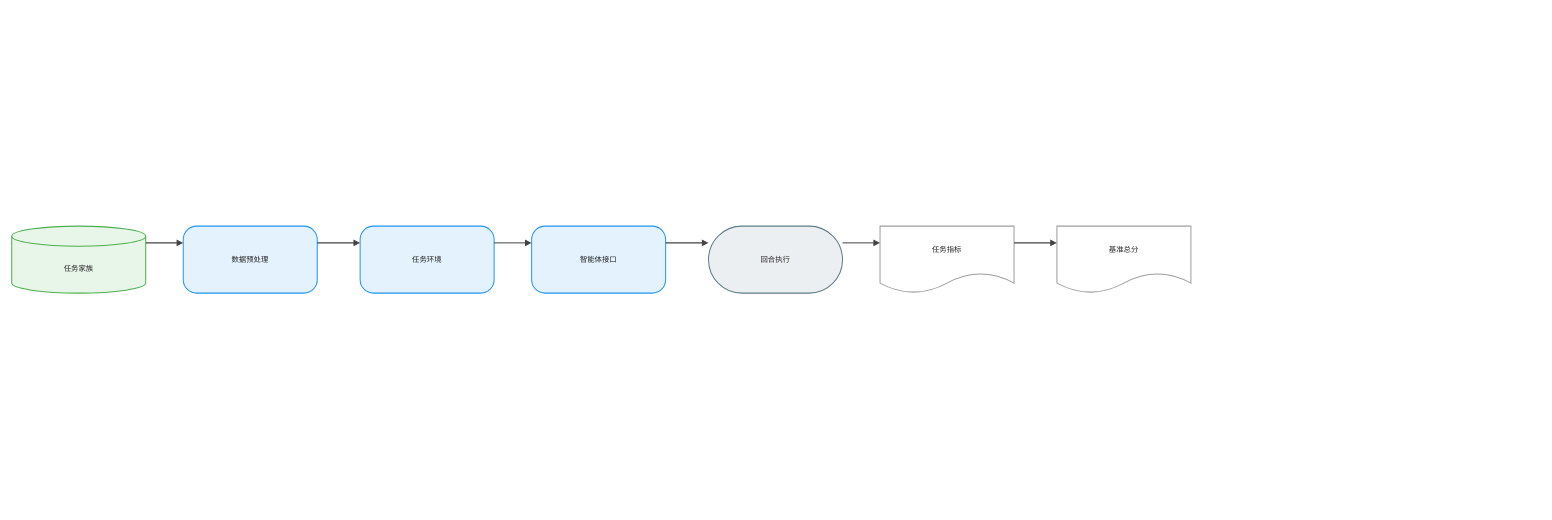
Above: drawio/DefenderBench/DefenderBench.zh.drawio in joe1chief/benchmark-hub (draw.io), before the change. Source tidied: cells renumbered, new cells numbered last; positions are measured from the earlier drawing's top-left corner, leaving out a move shared by most shapes. Both pictures are drawn from the tidied source at 67%, with x=0, y=0 at pixel (11, 226).
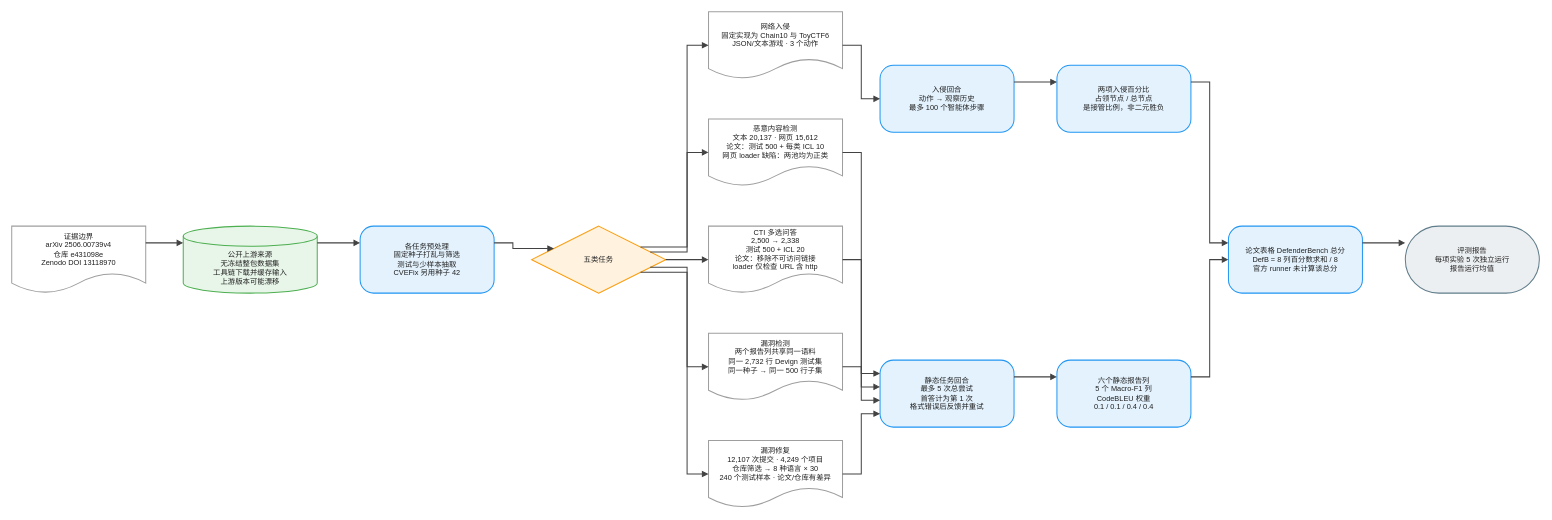
The same page after the edit.

Change to the diagram source:
```diff
@@
-    <mxCell id="2" value="任务家族" style="shape=cylinder3;boundedLbl=1;backgroundOutline=1;size=15;html=1;whiteSpace=wrap;fillColor=#E8F5E9;strokeColor=#4CAF50;strokeWidth=1.5;fontColor=#212121;fontSize=11;fontFamily=Arial, Helvetica, sans-serif;verticalAlign=middle;align=center;" parent="1" vertex="1">
+    <mxCell id="2" value="证据边界&#10;arXiv 2506.00739v4&#10;仓库 e431098e&#10;Zenodo DOI 13118970" style="shape=document;boundedLbl=1;html=0;convertToSvg=1;whiteSpace=wrap;fillColor=#FFFFFF;strokeColor=#9E9E9E;strokeWidth=1.5;fontColor=#212121;fontSize=11;fontFamily=Arial, Helvetica, sans-serif;verticalAlign=middle;align=center;" parent="1" vertex="1">
       <mxGeometry width="200" height="100" as="geometry" />
     </mxCell>
-    <mxCell id="3" value="数据预处理" style="rounded=1;arcSize=20;html=1;whiteSpace=wrap;fillColor=#E3F2FD;strokeColor=#2196F3;strokeWidth=1.5;fontColor=#212121;fontSize=11;fontFamily=Arial, Helvetica, sans-serif;verticalAlign=middle;align=center;" parent="1" vertex="1">
+    <mxCell id="3" value="公开上游来源&#10;无冻结整包数据集&#10;工具链下载并缓存输入&#10;上游版本可能漂移" style="shape=cylinder3;boundedLbl=1;backgroundOutline=1;size=15;html=0;convertToSvg=1;whiteSpace=wrap;fillColor=#E8F5E9;strokeColor=#4CAF50;strokeWidth=1.5;fontColor=#212121;fontSize=11;fontFamily=Arial, Helvetica, sans-serif;verticalAlign=middle;align=center;" parent="1" vertex="1">
       <mxGeometry x="256" width="200" height="100" as="geometry" />
     </mxCell>
-    <mxCell id="4" value="任务环境" style="rounded=1;arcSize=20;html=1;whiteSpace=wrap;fillColor=#E3F2FD;strokeColor=#2196F3;strokeWidth=1.5;fontColor=#212121;fontSize=11;fontFamily=Arial, Helvetica, sans-serif;verticalAlign=middle;align=center;" parent="1" vertex="1">
+    <mxCell id="4" value="各任务预处理&#10;固定种子打乱与筛选&#10;测试与少样本抽取&#10;CVEFix 另用种子 42" style="rounded=1;arcSize=20;html=0;convertToSvg=1;whiteSpace=wrap;fillColor=#E3F2FD;strokeColor=#2196F3;strokeWidth=1.5;fontColor=#212121;fontSize=11;fontFamily=Arial, Helvetica, sans-serif;verticalAlign=middle;align=center;" parent="1" vertex="1">
       <mxGeometry x="520" width="200" height="100" as="geometry" />
     </mxCell>
-    <mxCell id="5" value="智能体接口" style="rounded=1;arcSize=20;html=1;whiteSpace=wrap;fillColor=#E3F2FD;strokeColor=#2196F3;strokeWidth=1.5;fontColor=#212121;fontSize=11;fontFamily=Arial, Helvetica, sans-serif;verticalAlign=middle;align=center;" parent="1" vertex="1">
+    <mxCell id="5" value="五类任务" style="rhombus;html=0;convertToSvg=1;whiteSpace=wrap;fillColor=#FFF3E0;strokeColor=#FF9800;strokeWidth=1.5;fontColor=#212121;fontSize=11;fontFamily=Arial, Helvetica, sans-serif;verticalAlign=middle;align=center;" parent="1" vertex="1">
       <mxGeometry x="776" width="200" height="100" as="geometry" />
     </mxCell>
-    <mxCell id="6" value="回合执行" style="rounded=1;arcSize=50;html=1;whiteSpace=wrap;fillColor=#ECEFF1;strokeColor=#607D8B;strokeWidth=1.5;fontColor=#212121;fontSize=11;fontFamily=Arial, Helvetica, sans-serif;verticalAlign=middle;align=center;" parent="1" vertex="1">
-      <mxGeometry x="1040" width="200" height="100" as="geometry" />
+    <mxCell id="6" value="网络入侵&#10;固定实现为 Chain10 与 ToyCTF6&#10;JSON/文本游戏 · 3 个动作" style="shape=document;boundedLbl=1;html=0;convertToSvg=1;whiteSpace=wrap;fillColor=#FFFFFF;strokeColor=#9E9E9E;strokeWidth=1.5;fontColor=#212121;fontSize=11;fontFamily=Arial, Helvetica, sans-serif;verticalAlign=middle;align=center;" parent="1" vertex="1">
+      <mxGeometry x="1040" y="-320" width="200" height="100" as="geometry" />
     </mxCell>
-    <mxCell id="7" value="任务指标" style="shape=document;boundedLbl=1;html=1;whiteSpace=wrap;fillColor=#FFFFFF;strokeColor=#9E9E9E;strokeWidth=1.5;fontColor=#212121;fontSize=11;fontFamily=Arial, Helvetica, sans-serif;verticalAlign=middle;align=center;" parent="1" vertex="1">
-      <mxGeometry x="1296" width="200" height="100" as="geometry" />
+    <mxCell id="7" value="恶意内容检测&#10;文本 20,137 · 网页 15,612&#10;论文：测试 500 + 每类 ICL 10&#10;网页 loader 缺陷：两池均为正类" style="shape=document;boundedLbl=1;html=0;convertToSvg=1;whiteSpace=wrap;fillColor=#FFFFFF;strokeColor=#9E9E9E;strokeWidth=1.5;fontColor=#212121;fontSize=11;fontFamily=Arial, Helvetica, sans-serif;verticalAlign=middle;align=center;" parent="1" vertex="1">
+      <mxGeometry x="1040" y="-160" width="200" height="100" as="geometry" />
     </mxCell>
-    <mxCell id="8" value="基准总分" style="shape=document;boundedLbl=1;html=1;whiteSpace=wrap;fillColor=#FFFFFF;strokeColor=#9E9E9E;strokeWidth=1.5;fontColor=#212121;fontSize=11;fontFamily=Arial, Helvetica, sans-serif;verticalAlign=middle;align=center;" parent="1" vertex="1">
-      <mxGeometry x="1560" width="200" height="100" as="geometry" />
+    <mxCell id="8" value="CTI 多选问答&#10;2,500 → 2,338&#10;测试 500 + ICL 20&#10;论文：移除不可访问链接&#10;loader 仅检查 URL 含 http" style="shape=document;boundedLbl=1;html=0;convertToSvg=1;whiteSpace=wrap;fillColor=#FFFFFF;strokeColor=#9E9E9E;strokeWidth=1.5;fontColor=#212121;fontSize=11;fontFamily=Arial, Helvetica, sans-serif;verticalAlign=middle;align=center;" parent="1" vertex="1">
+      <mxGeometry x="1040" width="200" height="100" as="geometry" />
     </mxCell>
-    <mxCell id="9" style="edgeStyle=orthogonalEdgeStyle;rounded=0;jettySize=auto;html=1;strokeColor=#424242;strokeWidth=1.5;endArrow=block;endFill=1;exitX=1;exitY=0.25;exitDx=0;exitDy=0;entryX=0;entryY=0.25;entryDx=0;entryDy=0;jumpStyle=arc;jumpSize=8;" parent="1" edge="1" source="2" target="3">
-      <mxGeometry relative="1" as="geometry" />
+    <mxCell id="9" value="漏洞检测&#10;两个报告列共享同一语料&#10;同一 2,732 行 Devign 测试集&#10;同一种子 → 同一 500 行子集" style="shape=document;boundedLbl=1;html=0;convertToSvg=1;whiteSpace=wrap;fillColor=#FFFFFF;strokeColor=#9E9E9E;strokeWidth=1.5;fontColor=#212121;fontSize=11;fontFamily=Arial, Helvetica, sans-serif;verticalAlign=middle;align=center;" parent="1" vertex="1">
+      <mxGeometry x="1040" y="160" width="200" height="100" as="geometry" />
     </mxCell>
-    <mxCell id="10" style="edgeStyle=orthogonalEdgeStyle;rounded=0;jettySize=auto;html=1;strokeColor=#424242;strokeWidth=1.5;endArrow=block;endFill=1;exitX=1;exitY=0.25;exitDx=0;exitDy=0;entryX=0;entryY=0.25;entryDx=0;entryDy=0;jumpStyle=arc;jumpSize=8;" parent="1" edge="1" source="3" target="4">
-      <mxGeometry relative="1" as="geometry" />
+    <mxCell id="10" value="漏洞修复&#10;12,107 次提交 · 4,249 个项目&#10;仓库筛选 → 8 种语言 × 30&#10;240 个测试样本 · 论文/仓库有差异" style="shape=document;boundedLbl=1;html=0;convertToSvg=1;whiteSpace=wrap;fillColor=#FFFFFF;strokeColor=#9E9E9E;strokeWidth=1.5;fontColor=#212121;fontSize=11;fontFamily=Arial, Helvetica, sans-serif;verticalAlign=middle;align=center;" parent="1" vertex="1">
+      <mxGeometry x="1040" y="320" width="200" height="100" as="geometry" />
     </mxCell>
-    <mxCell id="11" style="edgeStyle=orthogonalEdgeStyle;rounded=0;jettySize=auto;html=1;strokeColor=#424242;strokeWidth=1.5;endArrow=block;endFill=1;exitX=1;exitY=0.25;exitDx=0;exitDy=0;entryX=0;entryY=0.25;entryDx=0;entryDy=0;jumpStyle=arc;jumpSize=8;" parent="1" edge="1" source="4" target="5">
-      <mxGeometry relative="1" as="geometry" />
+    <mxCell id="11" value="入侵回合&#10;动作 → 观察历史&#10;最多 100 个智能体步骤" style="rounded=1;arcSize=20;html=0;convertToSvg=1;whiteSpace=wrap;fillColor=#E3F2FD;strokeColor=#2196F3;strokeWidth=1.5;fontColor=#212121;fontSize=11;fontFamily=Arial, Helvetica, sans-serif;verticalAlign=middle;align=center;" parent="1" vertex="1">
+      <mxGeometry x="1296" y="-240" width="200" height="100" as="geometry" />
     </mxCell>
-    <mxCell id="12" style="edgeStyle=orthogonalEdgeStyle;rounded=0;jettySize=auto;html=1;strokeColor=#424242;strokeWidth=1.5;endArrow=block;endFill=1;exitX=1;exitY=0.25;exitDx=0;exitDy=0;entryX=0;entryY=0.25;entryDx=0;entryDy=0;jumpStyle=arc;jumpSize=8;" parent="1" edge="1" source="5" target="6">
-      <mxGeometry relative="1" as="geometry" />
+    <mxCell id="12" value="静态任务回合&#10;最多 5 次总尝试&#10;首答计为第 1 次&#10;格式错误后反馈并重试" style="rounded=1;arcSize=20;html=0;convertToSvg=1;whiteSpace=wrap;fillColor=#E3F2FD;strokeColor=#2196F3;strokeWidth=1.5;fontColor=#212121;fontSize=11;fontFamily=Arial, Helvetica, sans-serif;verticalAlign=middle;align=center;" parent="1" vertex="1">
+      <mxGeometry x="1296" y="200" width="200" height="100" as="geometry" />
     </mxCell>
-    <mxCell id="13" style="edgeStyle=orthogonalEdgeStyle;rounded=0;jettySize=auto;html=1;strokeColor=#424242;strokeWidth=1.5;endArrow=block;endFill=1;exitX=1;exitY=0.25;exitDx=0;exitDy=0;entryX=0;entryY=0.25;entryDx=0;entryDy=0;jumpStyle=arc;jumpSize=8;" parent="1" edge="1" source="6" target="7">
-      <mxGeometry relative="1" as="geometry" />
+    <mxCell id="13" value="两项入侵百分比&#10;占领节点 / 总节点&#10;是接管比例，非二元胜负" style="rounded=1;arcSize=20;html=0;convertToSvg=1;whiteSpace=wrap;fillColor=#E3F2FD;strokeColor=#2196F3;strokeWidth=1.5;fontColor=#212121;fontSize=11;fontFamily=Arial, Helvetica, sans-serif;verticalAlign=middle;align=center;" parent="1" vertex="1">
+      <mxGeometry x="1560" y="-240" width="200" height="100" as="geometry" />
     </mxCell>
-    <mxCell id="14" style="edgeStyle=orthogonalEdgeStyle;rounded=0;jettySize=auto;html=1;strokeColor=#424242;strokeWidth=1.5;endArrow=block;endFill=1;exitX=1;exitY=0.25;exitDx=0;exitDy=0;entryX=0;entryY=0.25;entryDx=0;entryDy=0;jumpStyle=arc;jumpSize=8;" parent="1" edge="1" source="7" target="8">
-      <mxGeometry relative="1" as="geometry" />
+    <mxCell id="14" value="六个静态报告列&#10;5 个 Macro-F1 列&#10;CodeBLEU 权重&#10;0.1 / 0.1 / 0.4 / 0.4" style="rounded=1;arcSize=20;html=0;convertToSvg=1;whiteSpace=wrap;fillColor=#E3F2FD;strokeColor=#2196F3;strokeWidth=1.5;fontColor=#212121;fontSize=11;fontFamily=Arial, Helvetica, sans-serif;verticalAlign=middle;align=center;" parent="1" vertex="1">
+      <mxGeometry x="1560" y="200" width="200" height="100" as="geometry" />
     </mxCell>
+    <mxCell id="15" value="论文表格 DefenderBench 总分&#10;DefB = 8 列百分数求和 / 8&#10;官方 runner 未计算该总分" style="rounded=1;arcSize=20;html=0;convertToSvg=1;whiteSpace=wrap;fillColor=#E3F2FD;strokeColor=#2196F3;strokeWidth=1.5;fontColor=#212121;fontSize=11;fontFamily=Arial, Helvetica, sans-serif;verticalAlign=middle;align=center;" parent="1" vertex="1">
+      <mxGeometry x="1816" width="200" height="100" as="geometry" />
+    </mxCell>
+    <mxCell id="16" value="评测报告&#10;每项实验 5 次独立运行&#10;报告运行均值" style="rounded=1;arcSize=50;html=0;convertToSvg=1;whiteSpace=wrap;fillColor=#ECEFF1;strokeColor=#607D8B;strokeWidth=1.5;fontColor=#212121;fontSize=11;fontFamily=Arial, Helvetica, sans-serif;verticalAlign=middle;align=center;" parent="1" vertex="1">
+      <mxGeometry x="2080" width="200" height="100" as="geometry" />
+    </mxCell>
+    <mxCell id="17" style="edgeStyle=orthogonalEdgeStyle;rounded=0;jettySize=auto;html=0;convertToSvg=1;strokeColor=#424242;strokeWidth=1.5;endArrow=block;endFill=1;exitX=1;exitY=0.25;exitDx=0;exitDy=0;entryX=0;entryY=0.25;entryDx=0;entryDy=0;jumpStyle=arc;jumpSize=8;" parent="1" edge="1" source="2" target="3">
+      <mxGeometry relative="1" as="geometry" />
+    </mxCell>
+    <mxCell id="18" style="edgeStyle=orthogonalEdgeStyle;rounded=0;jettySize=auto;html=0;convertToSvg=1;strokeColor=#424242;strokeWidth=1.5;endArrow=block;endFill=1;exitX=1;exitY=0.25;exitDx=0;exitDy=0;entryX=0;entryY=0.25;entryDx=0;entryDy=0;jumpStyle=arc;jumpSize=8;" parent="1" edge="1" source="3" target="4">
+      <mxGeometry relative="1" as="geometry" />
+    </mxCell>
+    <mxCell id="19" style="edgeStyle=orthogonalEdgeStyle;rounded=0;jettySize=auto;html=0;convertToSvg=1;strokeColor=#424242;strokeWidth=1.5;endArrow=block;endFill=1;exitX=1;exitY=0.25;exitDx=0;exitDy=0;entryX=0;entryY=0.25;entryDx=0;entryDy=0;jumpStyle=arc;jumpSize=8;" parent="1" edge="1" source="4" target="5">
+      <mxGeometry relative="1" as="geometry" />
+    </mxCell>
+    <mxCell id="20" style="edgeStyle=orthogonalEdgeStyle;rounded=0;jettySize=auto;html=0;convertToSvg=1;strokeColor=#424242;strokeWidth=1.5;endArrow=block;endFill=1;exitX=1;exitY=0.2;exitDx=0;exitDy=0;entryX=0;entryY=0.5;entryDx=0;entryDy=0;jumpStyle=arc;jumpSize=8;" parent="1" edge="1" source="5" target="6">
+      <mxGeometry relative="1" as="geometry" />
+    </mxCell>
+    <mxCell id="21" style="edgeStyle=orthogonalEdgeStyle;rounded=0;jettySize=auto;html=0;convertToSvg=1;strokeColor=#424242;strokeWidth=1.5;endArrow=block;endFill=1;exitX=1;exitY=0.35;exitDx=0;exitDy=0;entryX=0;entryY=0.5;entryDx=0;entryDy=0;jumpStyle=arc;jumpSize=8;" parent="1" edge="1" source="5" target="7">
+      <mxGeometry relative="1" as="geometry" />
+    </mxCell>
+    <mxCell id="22" style="edgeStyle=orthogonalEdgeStyle;rounded=0;jettySize=auto;html=0;convertToSvg=1;strokeColor=#424242;strokeWidth=1.5;endArrow=block;endFill=1;exitX=1;exitY=0.5;exitDx=0;exitDy=0;entryX=0;entryY=0.5;entryDx=0;entryDy=0;jumpStyle=arc;jumpSize=8;" parent="1" edge="1" source="5" target="8">
+      <mxGeometry relative="1" as="geometry" />
+    </mxCell>
+    <mxCell id="23" style="edgeStyle=orthogonalEdgeStyle;rounded=0;jettySize=auto;html=0;convertToSvg=1;strokeColor=#424242;strokeWidth=1.5;endArrow=block;endFill=1;exitX=1;exitY=0.65;exitDx=0;exitDy=0;entryX=0;entryY=0.5;entryDx=0;entryDy=0;jumpStyle=arc;jumpSize=8;" parent="1" edge="1" source="5" target="9">
+      <mxGeometry relative="1" as="geometry" />
+    </mxCell>
+    <mxCell id="24" style="edgeStyle=orthogonalEdgeStyle;rounded=0;jettySize=auto;html=0;convertToSvg=1;strokeColor=#424242;strokeWidth=1.5;endArrow=block;endFill=1;exitX=1;exitY=0.8;exitDx=0;exitDy=0;entryX=0;entryY=0.5;entryDx=0;entryDy=0;jumpStyle=arc;jumpSize=8;" parent="1" edge="1" source="5" target="10">
+      <mxGeometry relative="1" as="geometry" />
+    </mxCell>
+    <mxCell id="25" style="edgeStyle=orthogonalEdgeStyle;rounded=0;jettySize=auto;html=0;convertToSvg=1;strokeColor=#424242;strokeWidth=1.5;endArrow=block;endFill=1;exitX=1;exitY=0.5;exitDx=0;exitDy=0;entryX=0;entryY=0.5;entryDx=0;entryDy=0;jumpStyle=arc;jumpSize=8;" parent="1" edge="1" source="6" target="11">
+      <mxGeometry relative="1" as="geometry" />
+    </mxCell>
+    <mxCell id="26" style="edgeStyle=orthogonalEdgeStyle;rounded=0;jettySize=auto;html=0;convertToSvg=1;strokeColor=#424242;strokeWidth=1.5;endArrow=block;endFill=1;exitX=1;exitY=0.5;exitDx=0;exitDy=0;entryX=0;entryY=0.2;entryDx=0;entryDy=0;jumpStyle=arc;jumpSize=8;" parent="1" edge="1" source="7" target="12">
+      <mxGeometry relative="1" as="geometry" />
+    </mxCell>
+    <mxCell id="27" style="edgeStyle=orthogonalEdgeStyle;rounded=0;jettySize=auto;html=0;convertToSvg=1;strokeColor=#424242;strokeWidth=1.5;endArrow=block;endFill=1;exitX=1;exitY=0.5;exitDx=0;exitDy=0;entryX=0;entryY=0.4;entryDx=0;entryDy=0;jumpStyle=arc;jumpSize=8;" parent="1" edge="1" source="8" target="12">
+      <mxGeometry relative="1" as="geometry" />
+    </mxCell>
+    <mxCell id="28" style="edgeStyle=orthogonalEdgeStyle;rounded=0;jettySize=auto;html=0;convertToSvg=1;strokeColor=#424242;strokeWidth=1.5;endArrow=block;endFill=1;exitX=1;exitY=0.5;exitDx=0;exitDy=0;entryX=0;entryY=0.6;entryDx=0;entryDy=0;jumpStyle=arc;jumpSize=8;" parent="1" edge="1" source="9" target="12">
+      <mxGeometry relative="1" as="geometry" />
+    </mxCell>
+    <mxCell id="29" style="edgeStyle=orthogonalEdgeStyle;rounded=0;jettySize=auto;html=0;convertToSvg=1;strokeColor=#424242;strokeWidth=1.5;endArrow=block;endFill=1;exitX=1;exitY=0.5;exitDx=0;exitDy=0;entryX=0;entryY=0.8;entryDx=0;entryDy=0;jumpStyle=arc;jumpSize=8;" parent="1" edge="1" source="10" target="12">
+      <mxGeometry relative="1" as="geometry" />
+    </mxCell>
+    <mxCell id="30" style="edgeStyle=orthogonalEdgeStyle;rounded=0;jettySize=auto;html=0;convertToSvg=1;strokeColor=#424242;strokeWidth=1.5;endArrow=block;endFill=1;exitX=1;exitY=0.25;exitDx=0;exitDy=0;entryX=0;entryY=0.25;entryDx=0;entryDy=0;jumpStyle=arc;jumpSize=8;" parent="1" edge="1" source="11" target="13">
+      <mxGeometry relative="1" as="geometry" />
+    </mxCell>
+    <mxCell id="31" style="edgeStyle=orthogonalEdgeStyle;rounded=0;jettySize=auto;html=0;convertToSvg=1;strokeColor=#424242;strokeWidth=1.5;endArrow=block;endFill=1;exitX=1;exitY=0.25;exitDx=0;exitDy=0;entryX=0;entryY=0.25;entryDx=0;entryDy=0;jumpStyle=arc;jumpSize=8;" parent="1" edge="1" source="12" target="14">
+      <mxGeometry relative="1" as="geometry" />
+    </mxCell>
+    <mxCell id="32" style="edgeStyle=orthogonalEdgeStyle;rounded=0;jettySize=auto;html=0;convertToSvg=1;strokeColor=#424242;strokeWidth=1.5;endArrow=block;endFill=1;exitX=1;exitY=0.25;exitDx=0;exitDy=0;entryX=0;entryY=0.25;entryDx=0;entryDy=0;jumpStyle=arc;jumpSize=8;" parent="1" edge="1" source="13" target="15">
+      <mxGeometry relative="1" as="geometry" />
+    </mxCell>
+    <mxCell id="33" style="edgeStyle=orthogonalEdgeStyle;rounded=0;jettySize=auto;html=0;convertToSvg=1;strokeColor=#424242;strokeWidth=1.5;endArrow=block;endFill=1;exitX=1;exitY=0.25;exitDx=0;exitDy=0;entryX=0;entryY=0.5;entryDx=0;entryDy=0;jumpStyle=arc;jumpSize=8;" parent="1" edge="1" source="14" target="15">
+      <mxGeometry relative="1" as="geometry" />
+    </mxCell>
+    <mxCell id="34" style="edgeStyle=orthogonalEdgeStyle;rounded=0;jettySize=auto;html=0;convertToSvg=1;strokeColor=#424242;strokeWidth=1.5;endArrow=block;endFill=1;exitX=1;exitY=0.25;exitDx=0;exitDy=0;entryX=0;entryY=0.25;entryDx=0;entryDy=0;jumpStyle=arc;jumpSize=8;" parent="1" edge="1" source="15" target="16">
+      <mxGeometry relative="1" as="geometry" />
+    </mxCell>
```
